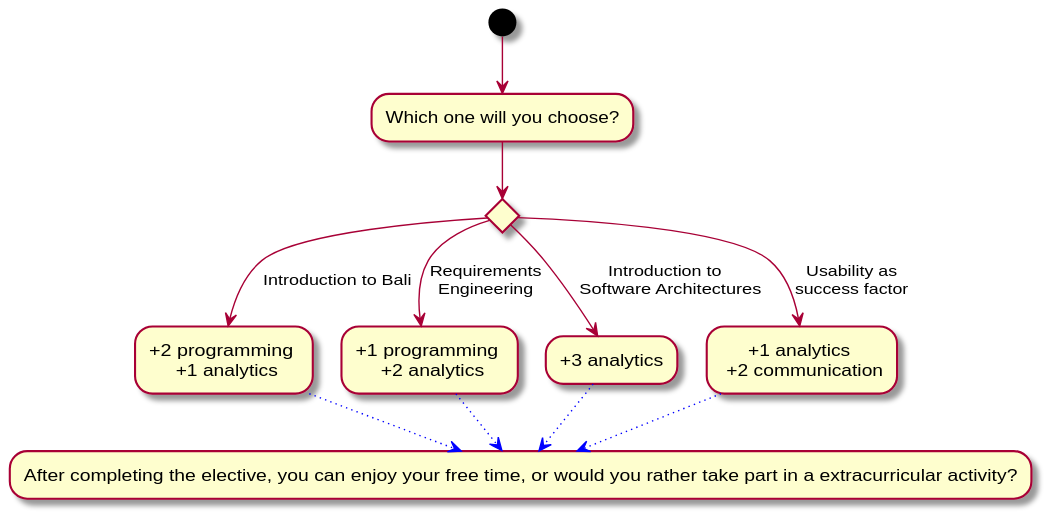
Above: Docs/Technical Specifications/docs/diagrams/StoryFlow/StoryFlow_Decision_2.svg in Brotenko/QualityQuest (PlantUML), before the change.
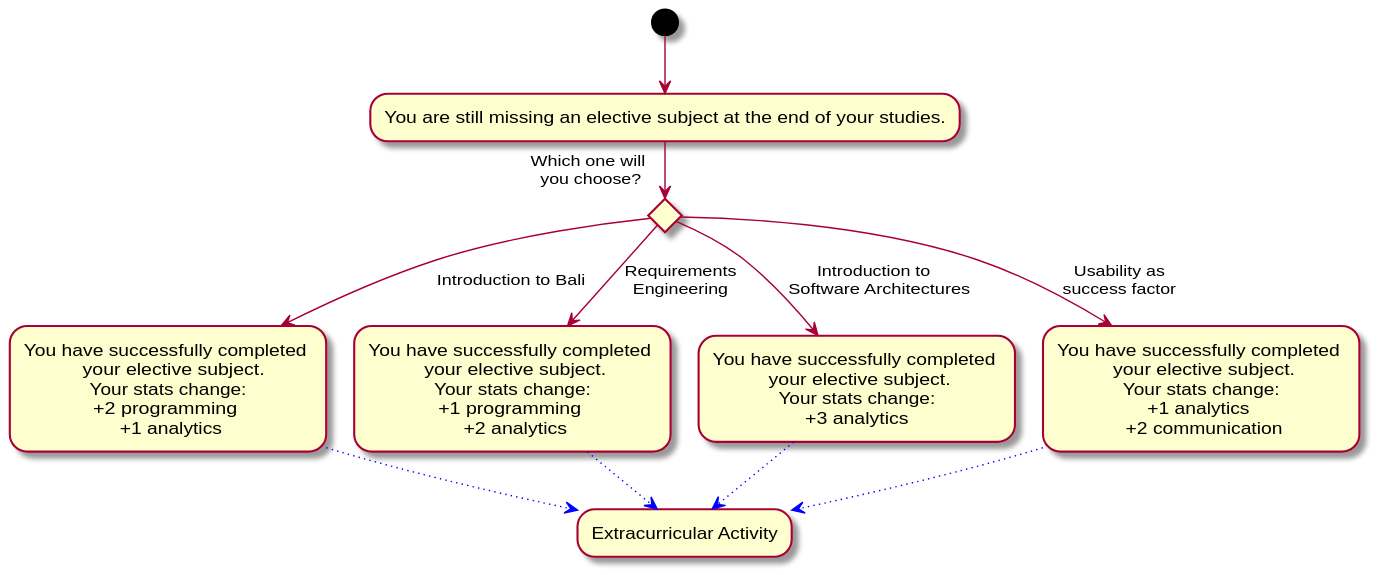
Later version of the same file.

Change to the diagram source:
```diff
@@ -1,18 +1,18 @@
 @startuml
-(*) --> "Which one will you choose?"
-if "" then
---> [Introduction to Bali] "+2 programming \n +1 analytics" as bali
+(*) --> "You are still missing an elective subject at the end of your studies."
+if "Which one will\n you choose?" then
+--> [Introduction to Bali] "You have successfully completed \n  your elective subject.\n Your stats change: \n+2 programming \n +1 analytics" as bali
 else
---> [Requirements\nEngineering] "+1 programming \n +2 analytics" as re
+--> [Requirements\nEngineering] "You have successfully completed \n your elective subject.\n Your stats change: \n+1 programming \n +2 analytics" as re
 else
---> [Introduction to \n Software Architectures] "+3 analytics" as esa
+--> [Introduction to \n Software Architectures] "You have successfully completed \n your elective subject.\n Your stats change: \n+3 analytics" as esa
 else
---> [Usability as\nsuccess factor] "+1 analytics \n +2 communication" as usf
+--> [Usability as\nsuccess factor] "You have successfully completed \n your elective subject.\n Your stats change: \n+1 analytics \n +2 communication" as usf
 
 
-usf -[#blue,dotted]-> "After completing the elective, you can enjoy your free time, or would you rather take part in a extracurricular activity?" as a
-re -[#blue,dotted]-> a
-bali -[#blue,dotted]-> a
-esa -[#blue,dotted]-> a
+usf -[#blue,dotted]-> "Extracurricular Activity" as nextDecision
+re -[#blue,dotted]-> nextDecision
+bali -[#blue,dotted]-> nextDecision
+esa -[#blue,dotted]-> nextDecision
 
 @enduml
```
